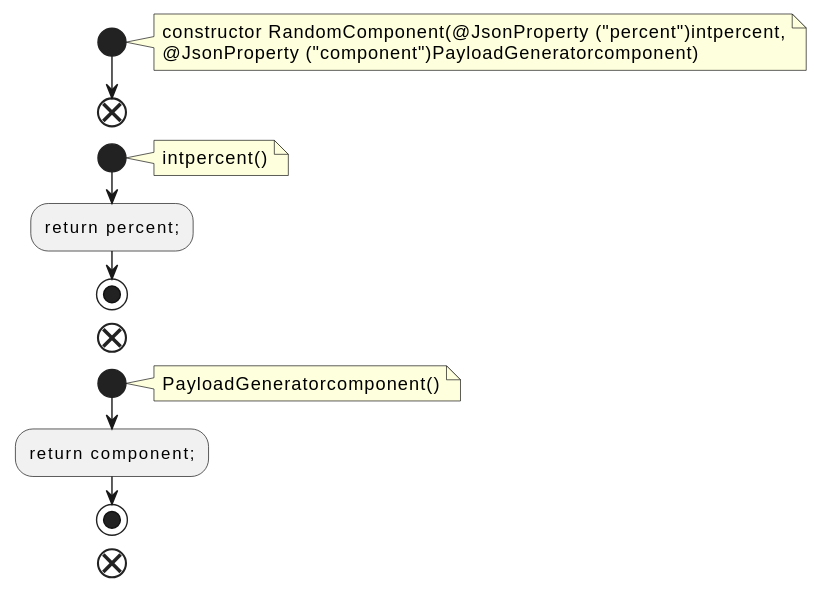
Before: docs/qc/trogdor/src/main/java/org/apache/kafka/trogdor/workload/RandomComponent.java.fct.svg, a diagram exported from PlantUML (qualitesys/kafka).
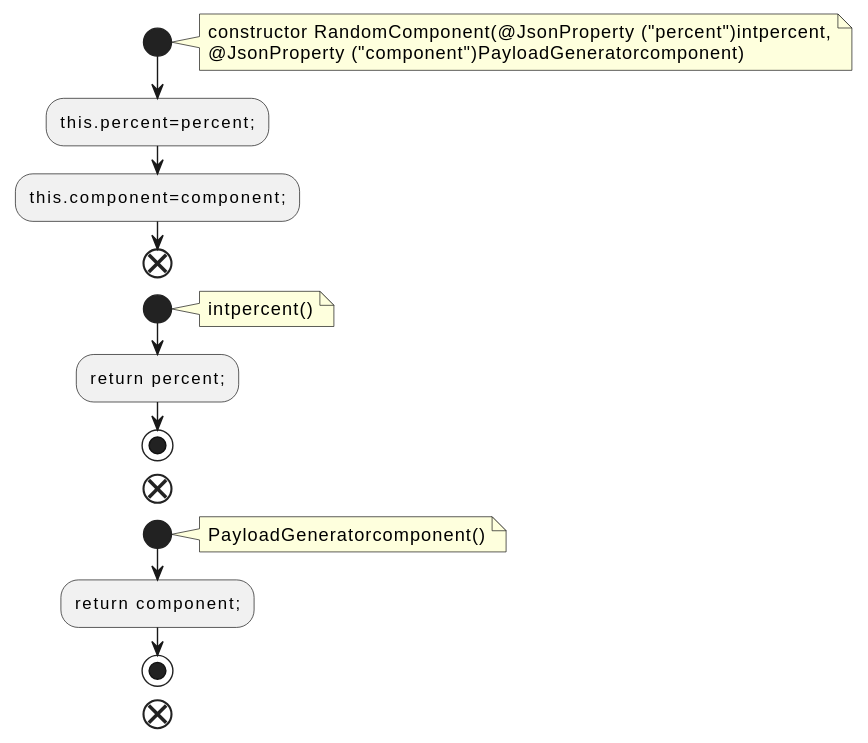
Above is the later version.

The edit, as a diff of the source:
```diff
@@ -5,6 +5,8 @@
 constructor RandomComponent(@JsonProperty ("percent")intpercent,
 @JsonProperty ("component")PayloadGeneratorcomponent)
 end note
+:this.percent=percent;;
+:this.component=component;;
 end
 start
 note right
```
